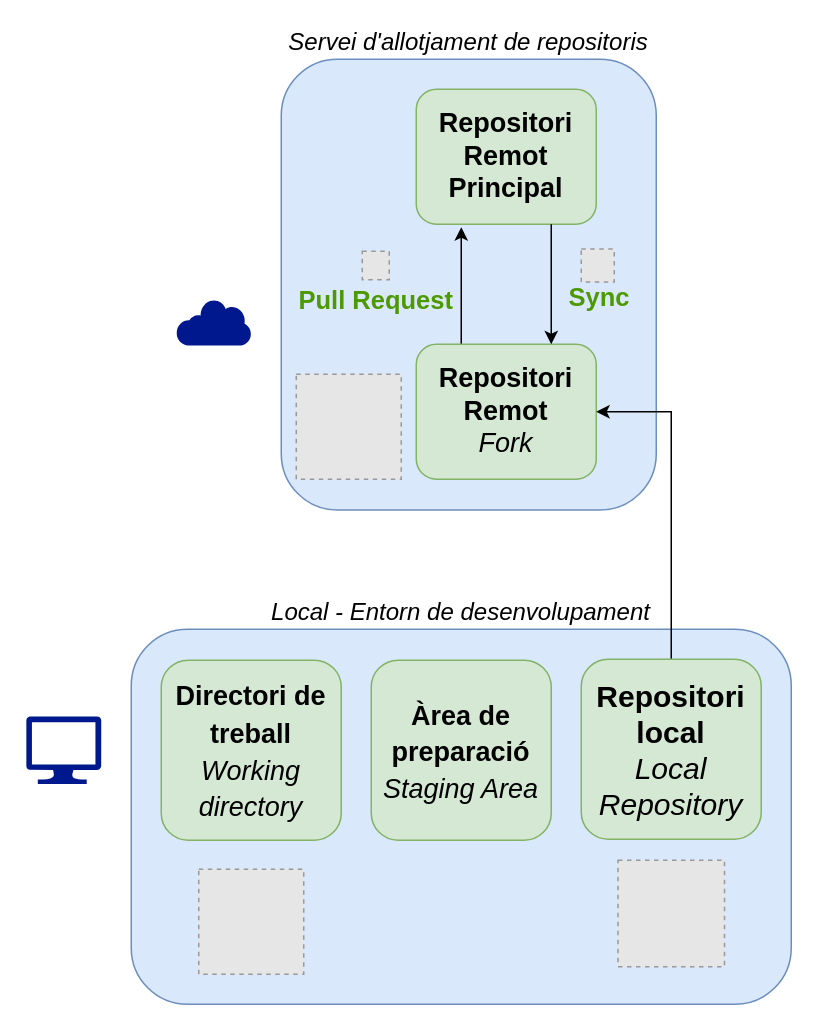
Above: docs/apunts/06_projectes/img/forks/fork.drawio in joapuiib/curs-git (draw.io), before the change. Source tidied: cells renumbered, new cells numbered last; positions are measured from the earlier drawing's top-left corner, leaving out a move shared by most shapes. Both pictures are drawn from the tidied source at 150%, with x=0, y=0 at pixel (26, 58). Pictures stored in the file or linked from it are replaced by grey dashed boxes.
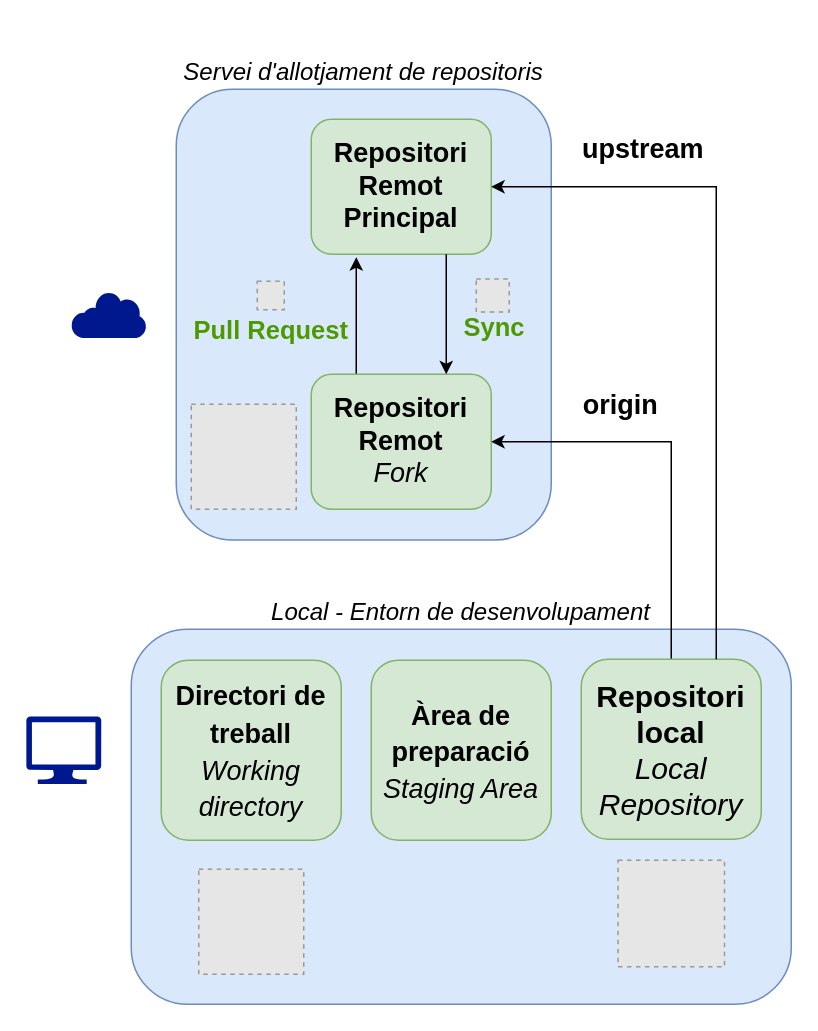
The same page after the edit.

Commit message (it also covers changes not shown here):
Documenta el remot upstream per sincronitzar un fork (#88)

The change refers to these unchanged cells:
```xml
<mxCell id="8" style="edgeStyle=orthogonalEdgeStyle;rounded=0;jettySize=auto;html=1;exitX=0.5;exitY=0;exitDx=0;exitDy=0;entryX=1;entryY=0.5;entryDx=0;entryDy=0;" parent="1" edge="1" source="9" target="7">
  <mxGeometry relative="1" as="geometry" />
</mxCell>
<mxCell id="9" value="&lt;b&gt;Repositori local&lt;/b&gt;&lt;i&gt;&lt;br&gt;Local Repository&lt;/i&gt;" style="rounded=1;whiteSpace=wrap;html=1;fontSize=20;fillColor=#d5e8d4;strokeColor=#82b366;" parent="1" vertex="1">
  <mxGeometry x="370" y="400" width="120" height="120" as="geometry" />
</mxCell>
```

What changed in the source:
```diff
@@
     <mxCell id="2" value="&lt;i&gt;Servei d'allotjament de repositoris&lt;/i&gt;" style="rounded=1;whiteSpace=wrap;html=1;verticalAlign=bottom;labelPosition=center;verticalLabelPosition=top;align=center;textDirection=ltr;labelBackgroundColor=none;spacingTop=0;spacing=2;fontSize=16;fillColor=#dae8fc;strokeColor=#6c8ebf;" parent="1" vertex="1">
-      <mxGeometry x="170" width="250" height="300.5" as="geometry" />
+      <mxGeometry x="100" y="20" width="250" height="300.5" as="geometry" />
     </mxCell>
@@
     <mxCell id="4" style="sketch=0;shadow=0;dashed=0;html=1;strokeColor=none;labelPosition=center;verticalLabelPosition=bottom;verticalAlign=top;align=center;fillColor=#00188D;shape=mxgraph.mscae.enterprise.internet;" parent="1" vertex="1">
-      <mxGeometry x="100" y="159.8" width="50" height="31" as="geometry" />
+      <mxGeometry x="30" y="154.8" width="50" height="31" as="geometry" />
     </mxCell>
@@
     <mxCell id="6" value="&lt;font style=&quot;font-size: 17px; color: rgb(77, 153, 0);&quot;&gt;&lt;b style=&quot;&quot;&gt;Pull Request&lt;/b&gt;&lt;/font&gt;" style="edgeStyle=orthogonalEdgeStyle;rounded=0;orthogonalLoop=1;jettySize=auto;html=1;exitX=0.25;exitY=0;exitDx=0;exitDy=0;labelBackgroundColor=none;align=left;entryX=0.25;entryY=1;entryDx=0;entryDy=0;" parent="1" edge="1">
       <mxGeometry x="-0.25" y="110" relative="1" as="geometry">
-        <mxPoint x="290" y="192" as="sourcePoint" />
-        <mxPoint x="290" y="112" as="targetPoint" />
+        <mxPoint x="220" y="212" as="sourcePoint" />
+        <mxPoint x="220" y="132" as="targetPoint" />
       </mxGeometry>
     </mxCell>
     <mxCell id="7" value="&lt;b style=&quot;font-size: 18px;&quot;&gt;Repositori Remot&lt;/b&gt;&lt;div&gt;&lt;span style=&quot;font-size: 18px;&quot;&gt;&lt;i style=&quot;&quot;&gt;Fork&lt;/i&gt;&lt;/span&gt;&lt;/div&gt;" style="rounded=1;whiteSpace=wrap;html=1;fontSize=18;fillColor=#d5e8d4;strokeColor=#82b366;" parent="1" vertex="1">
-      <mxGeometry x="260" y="190" width="120" height="90" as="geometry" />
+      <mxGeometry x="190" y="210" width="120" height="90" as="geometry" />
     </mxCell>
@@
+    <mxCell id="19" value="&lt;font style=&quot;font-size: 18px;&quot;&gt;origin&lt;/font&gt;" style="edgeLabel;html=1;align=center;verticalAlign=middle;fontStyle=1;" parent="8" vertex="1">
+      <mxGeometry x="-0.29" y="-3" relative="1" as="geometry">
+        <mxPoint x="-38" y="-76" as="offset" />
+      </mxGeometry>
+    </mxCell>
@@
-    <mxCell id="14" style="fillColor=#E6E6E6;strokeColor=#999999;dashed=1;html=1;verticalAlign=top;verticalLabelPosition=bottom;labelBackgroundColor=#ffffff;" parent="1" vertex="1">
-      <mxGeometry x="180" y="210" width="70" height="70" as="geometry" />
+    <mxCell id="14" style="fillColor=#E6E6E6;strokeColor=#999999;dashed=1;html=1;verticalAlign=top;verticalLabelPosition=bottom;" parent="1" vertex="1">
+      <mxGeometry x="110" y="230" width="70" height="70" as="geometry" />
     </mxCell>
     <mxCell id="15" value="&lt;b style=&quot;font-size: 18px;&quot;&gt;Repositori Remot&lt;/b&gt;&lt;div&gt;&lt;span style=&quot;font-size: 18px;&quot;&gt;&lt;b style=&quot;&quot;&gt;Principal&lt;/b&gt;&lt;/span&gt;&lt;/div&gt;" style="rounded=1;whiteSpace=wrap;html=1;fontSize=18;fillColor=#d5e8d4;strokeColor=#82b366;" parent="1" vertex="1">
-      <mxGeometry x="260" y="20" width="120" height="90" as="geometry" />
+      <mxGeometry x="190" y="40" width="120" height="90" as="geometry" />
     </mxCell>
     <mxCell id="16" style="fillColor=#E6E6E6;strokeColor=#999999;dashed=1;verticalLabelPosition=bottom;verticalAlign=top;" parent="1" vertex="1">
-      <mxGeometry x="224" y="128" width="18" height="19" as="geometry" />
+      <mxGeometry x="154" y="148" width="18" height="19" as="geometry" />
     </mxCell>
@@
     <mxCell id="18" style="fillColor=#E6E6E6;strokeColor=#999999;dashed=1;verticalLabelPosition=bottom;verticalAlign=top;" parent="1" vertex="1">
-      <mxGeometry x="370" y="126.5" width="22" height="22" as="geometry" />
+      <mxGeometry x="300" y="146.5" width="22" height="22" as="geometry" />
     </mxCell>
+    <mxCell id="20" style="edgeStyle=orthogonalEdgeStyle;rounded=0;jettySize=auto;html=1;exitX=0.75;exitY=0;exitDx=0;exitDy=0;entryX=1;entryY=0.5;entryDx=0;entryDy=0;" parent="1" edge="1" source="9" target="15">
+      <mxGeometry relative="1" as="geometry" />
+    </mxCell>
+    <mxCell id="21" value="&lt;font style=&quot;font-size: 18px;&quot;&gt;upstream&lt;/font&gt;" style="edgeLabel;html=1;align=center;verticalAlign=middle;fontStyle=1;" parent="20" vertex="1">
+      <mxGeometry x="-0.29" y="-3" relative="1" as="geometry">
+        <mxPoint x="-53" y="-176" as="offset" />
+      </mxGeometry>
+    </mxCell>
```
